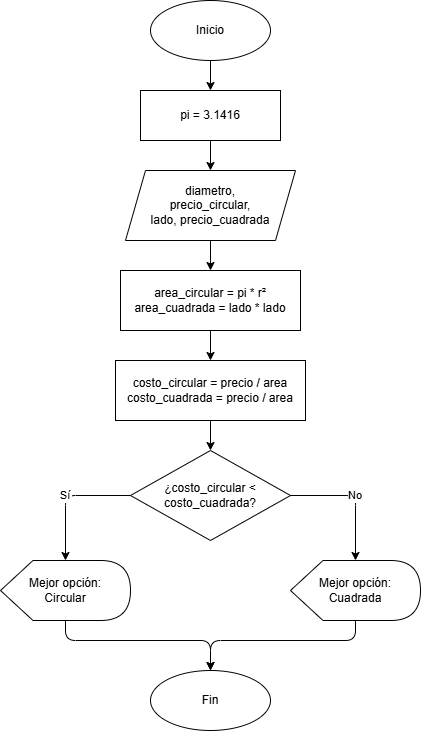
The draw.io diagram chapter5/dfd/dfd5.12.10_4.png in UPclopezpAalgorithmsBook/solutions, before a commit. Source tidied: cells renumbered, new cells last; positions are measured from the earlier drawing's top-left corner, leaving out a move shared by most shapes. The source it was exported from:
```xml
<mxGraphModel>
  <root>
    <mxCell id="0" />
    <mxCell id="1" parent="0" />
    <mxCell id="2" parent="1" edge="1" source="x">
      <mxGeometry relative="1" as="geometry">
        <mxPoint x="150" y="440" as="targetPoint" />
        <Array as="points">
          <mxPoint x="90" y="550" />
          <mxPoint x="90" y="440" />
        </Array>
      </mxGeometry>
    </mxCell>
    <mxCell id="3" value="Inicio" style="ellipse;whiteSpace=wrap;html=1;" parent="1" vertex="1">
      <mxGeometry x="150" width="120" height="60" as="geometry" />
    </mxCell>
    <mxCell id="4" value="pi = 3.1416" style="rounded=0;whiteSpace=wrap;html=1;" parent="1" vertex="1">
      <mxGeometry x="140" y="90" width="140" height="50" as="geometry" />
    </mxCell>
    <mxCell id="5" value="diametro,&lt;br&gt;precio_circular,&lt;br&gt;lado, precio_cuadrada" style="shape=parallelogram;perimeter=parallelogramPerimeter;whiteSpace=wrap;html=1;fixedSize=1;" parent="1" vertex="1">
      <mxGeometry x="125" y="170" width="170" height="70" as="geometry" />
    </mxCell>
    <mxCell id="6" value="area_circular = pi * r²&lt;br&gt;area_cuadrada = lado * lado" style="rounded=0;whiteSpace=wrap;html=1;" parent="1" vertex="1">
      <mxGeometry x="120" y="270" width="180" height="60" as="geometry" />
    </mxCell>
    <mxCell id="7" value="costo_circular = precio / area&lt;br&gt;costo_cuadrada = precio / area" style="rounded=0;whiteSpace=wrap;html=1;" parent="1" vertex="1">
      <mxGeometry x="115" y="360" width="190" height="60" as="geometry" />
    </mxCell>
    <mxCell id="8" value="¿costo_circular &lt;&lt;br&gt;costo_cuadrada?" style="rhombus;whiteSpace=wrap;html=1;" parent="1" vertex="1">
      <mxGeometry x="130" y="450" width="160" height="90" as="geometry" />
    </mxCell>
    <mxCell id="9" value="Mejor opción:&lt;br&gt;Circular" style="shape=display;whiteSpace=wrap;html=1;" parent="1" vertex="1">
      <mxGeometry y="560" width="130" height="60" as="geometry" />
    </mxCell>
    <mxCell id="10" value="Mejor opción:&lt;br&gt;Cuadrada" style="shape=display;whiteSpace=wrap;html=1;" parent="1" vertex="1">
      <mxGeometry x="290" y="560" width="130" height="60" as="geometry" />
    </mxCell>
    <mxCell id="11" value="Fin" style="ellipse;whiteSpace=wrap;html=1;" parent="1" vertex="1">
      <mxGeometry x="150" y="670" width="120" height="60" as="geometry" />
    </mxCell>
    <mxCell id="12" parent="1" edge="1" source="3" target="4">
      <mxGeometry relative="1" as="geometry" />
    </mxCell>
    <mxCell id="13" parent="1" edge="1" source="4" target="5">
      <mxGeometry relative="1" as="geometry" />
    </mxCell>
    <mxCell id="14" parent="1" edge="1" source="5" target="6">
      <mxGeometry relative="1" as="geometry" />
    </mxCell>
    <mxCell id="15" parent="1" edge="1" source="6" target="7">
      <mxGeometry relative="1" as="geometry" />
    </mxCell>
    <mxCell id="16" parent="1" edge="1" source="7" target="8">
      <mxGeometry relative="1" as="geometry" />
    </mxCell>
    <mxCell id="17" value="Sí" parent="1" edge="1" source="8" target="9">
      <mxGeometry relative="1" as="geometry">
        <Array as="points">
          <mxPoint x="65" y="495" />
        </Array>
      </mxGeometry>
    </mxCell>
    <mxCell id="18" value="No" parent="1" edge="1" source="8" target="10">
      <mxGeometry relative="1" as="geometry">
        <Array as="points">
          <mxPoint x="355" y="495" />
        </Array>
      </mxGeometry>
    </mxCell>
    <mxCell id="19" parent="1" edge="1" source="9" target="11">
      <mxGeometry relative="1" as="geometry">
        <Array as="points">
          <mxPoint x="65" y="640" />
          <mxPoint x="210" y="640" />
        </Array>
      </mxGeometry>
    </mxCell>
    <mxCell id="20" parent="1" edge="1" source="10" target="11">
      <mxGeometry relative="1" as="geometry">
        <Array as="points">
          <mxPoint x="355" y="640" />
          <mxPoint x="210" y="640" />
        </Array>
      </mxGeometry>
    </mxCell>
  </root>
</mxGraphModel>
```
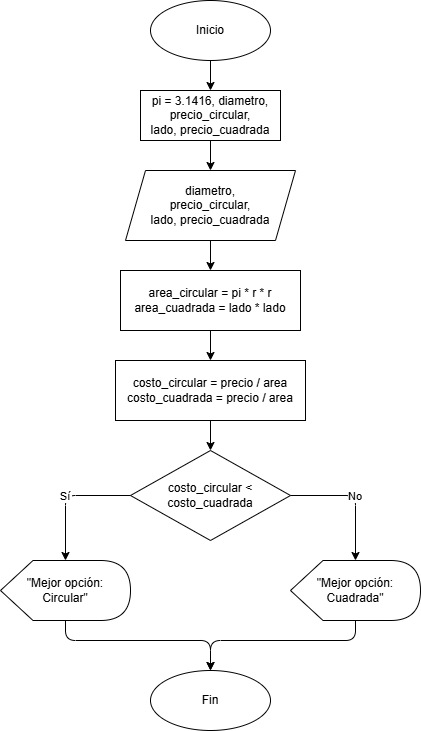
The same file after the commit.

The edit, as a diff of the source:
```diff
@@ -2,7 +2,7 @@
   <root>
     <mxCell id="0" />
     <mxCell id="1" parent="0" />
-    <mxCell id="2" parent="1" edge="1" source="x">
+    <mxCell id="2" parent="1" edge="1">
       <mxGeometry relative="1" as="geometry">
         <mxPoint x="150" y="440" as="targetPoint" />
         <Array as="points">
@@ -11,77 +11,86 @@
         </Array>
       </mxGeometry>
     </mxCell>
+    <mxCell id="21" style="endArrow=classic;html=1;exitX=0;exitY=0.5;exitDx=0;exitDy=0;entryX=0;entryY=0.5;entryDx=0;entryDy=0;" parent="1" edge="1">
+      <mxGeometry relative="1" as="geometry">
+        <mxPoint x="150" y="260" as="targetPoint" />
+        <Array as="points">
+          <mxPoint x="90" y="500" />
+          <mxPoint x="90" y="260" />
+        </Array>
+      </mxGeometry>
+    </mxCell>
     <mxCell id="3" value="Inicio" style="ellipse;whiteSpace=wrap;html=1;" parent="1" vertex="1">
       <mxGeometry x="150" width="120" height="60" as="geometry" />
     </mxCell>
-    <mxCell id="4" value="pi = 3.1416" style="rounded=0;whiteSpace=wrap;html=1;" parent="1" vertex="1">
-      <mxGeometry x="140" y="90" width="140" height="50" as="geometry" />
-    </mxCell>
+    <mxCell id="22" value="pi = 3.1416, diametro,&lt;br&gt;precio_circular,&lt;br&gt;lado, precio_cuadrada" style="rounded=0;whiteSpace=wrap;html=1;" parent="1" vertex="1">
+      <mxGeometry x="140" y="90" width="140" height="50" as="geometry" />
+    </mxCell>
     <mxCell id="5" value="diametro,&lt;br&gt;precio_circular,&lt;br&gt;lado, precio_cuadrada" style="shape=parallelogram;perimeter=parallelogramPerimeter;whiteSpace=wrap;html=1;fixedSize=1;" parent="1" vertex="1">
       <mxGeometry x="125" y="170" width="170" height="70" as="geometry" />
     </mxCell>
-    <mxCell id="6" value="area_circular = pi * r²&lt;br&gt;area_cuadrada = lado * lado" style="rounded=0;whiteSpace=wrap;html=1;" parent="1" vertex="1">
-      <mxGeometry x="120" y="270" width="180" height="60" as="geometry" />
-    </mxCell>
+    <mxCell id="23" value="area_circular = pi * r * r&lt;br&gt;area_cuadrada = lado * lado" style="rounded=0;whiteSpace=wrap;html=1;" parent="1" vertex="1">
+      <mxGeometry x="120" y="270" width="180" height="60" as="geometry" />
+    </mxCell>
     <mxCell id="7" value="costo_circular = precio / area&lt;br&gt;costo_cuadrada = precio / area" style="rounded=0;whiteSpace=wrap;html=1;" parent="1" vertex="1">
       <mxGeometry x="115" y="360" width="190" height="60" as="geometry" />
     </mxCell>
-    <mxCell id="8" value="¿costo_circular &lt;&lt;br&gt;costo_cuadrada?" style="rhombus;whiteSpace=wrap;html=1;" parent="1" vertex="1">
-      <mxGeometry x="130" y="450" width="160" height="90" as="geometry" />
-    </mxCell>
-    <mxCell id="9" value="Mejor opción:&lt;br&gt;Circular" style="shape=display;whiteSpace=wrap;html=1;" parent="1" vertex="1">
-      <mxGeometry y="560" width="130" height="60" as="geometry" />
-    </mxCell>
-    <mxCell id="10" value="Mejor opción:&lt;br&gt;Cuadrada" style="shape=display;whiteSpace=wrap;html=1;" parent="1" vertex="1">
-      <mxGeometry x="290" y="560" width="130" height="60" as="geometry" />
-    </mxCell>
+    <mxCell id="24" value="costo_circular &amp;lt;&lt;br&gt;costo_cuadrada" style="rhombus;whiteSpace=wrap;html=1;" parent="1" vertex="1">
+      <mxGeometry x="130" y="450" width="160" height="90" as="geometry" />
+    </mxCell>
+    <mxCell id="25" value="&quot;Mejor opción:&lt;br&gt;Circular&quot;" style="shape=display;whiteSpace=wrap;html=1;" parent="1" vertex="1">
+      <mxGeometry y="560" width="130" height="60" as="geometry" />
+    </mxCell>
+    <mxCell id="26" value="&quot;Mejor opción:&lt;br&gt;Cuadrada&quot;" style="shape=display;whiteSpace=wrap;html=1;" parent="1" vertex="1">
+      <mxGeometry x="290" y="560" width="130" height="60" as="geometry" />
+    </mxCell>
     <mxCell id="11" value="Fin" style="ellipse;whiteSpace=wrap;html=1;" parent="1" vertex="1">
       <mxGeometry x="150" y="670" width="120" height="60" as="geometry" />
     </mxCell>
-    <mxCell id="12" parent="1" edge="1" source="3" target="4">
-      <mxGeometry relative="1" as="geometry" />
-    </mxCell>
-    <mxCell id="13" parent="1" edge="1" source="4" target="5">
-      <mxGeometry relative="1" as="geometry" />
-    </mxCell>
-    <mxCell id="14" parent="1" edge="1" source="5" target="6">
-      <mxGeometry relative="1" as="geometry" />
-    </mxCell>
-    <mxCell id="15" parent="1" edge="1" source="6" target="7">
-      <mxGeometry relative="1" as="geometry" />
-    </mxCell>
-    <mxCell id="16" parent="1" edge="1" source="7" target="8">
-      <mxGeometry relative="1" as="geometry" />
-    </mxCell>
+    <mxCell id="27" parent="1" edge="1" source="3" target="22">
+      <mxGeometry relative="1" as="geometry" />
+    </mxCell>
+    <mxCell id="28" parent="1" edge="1" source="22" target="5">
+      <mxGeometry relative="1" as="geometry" />
+    </mxCell>
+    <mxCell id="29" parent="1" edge="1" source="5" target="23">
+      <mxGeometry relative="1" as="geometry" />
+    </mxCell>
+    <mxCell id="30" parent="1" edge="1" source="23" target="7">
+      <mxGeometry relative="1" as="geometry" />
+    </mxCell>
+    <mxCell id="31" parent="1" edge="1" source="7" target="24">
+      <mxGeometry relative="1" as="geometry" />
+    </mxCell>
-    <mxCell id="17" value="Sí" parent="1" edge="1" source="8" target="9">
+    <mxCell id="17" value="Sí" parent="1" edge="1" source="24" target="25">
       <mxGeometry relative="1" as="geometry">
         <Array as="points">
           <mxPoint x="65" y="495" />
         </Array>
       </mxGeometry>
     </mxCell>
-    <mxCell id="18" value="No" parent="1" edge="1" source="8" target="10">
+    <mxCell id="18" value="No" parent="1" edge="1" source="24" target="26">
       <mxGeometry relative="1" as="geometry">
         <Array as="points">
           <mxPoint x="355" y="495" />
         </Array>
       </mxGeometry>
     </mxCell>
-    <mxCell id="19" parent="1" edge="1" source="9" target="11">
-      <mxGeometry relative="1" as="geometry">
-        <Array as="points">
-          <mxPoint x="65" y="640" />
-          <mxPoint x="210" y="640" />
-        </Array>
-      </mxGeometry>
-    </mxCell>
-    <mxCell id="20" parent="1" edge="1" source="10" target="11">
-      <mxGeometry relative="1" as="geometry">
-        <Array as="points">
-          <mxPoint x="355" y="640" />
-          <mxPoint x="210" y="640" />
-        </Array>
-      </mxGeometry>
-    </mxCell>
+    <mxCell id="32" parent="1" edge="1" source="25" target="11">
+      <mxGeometry relative="1" as="geometry">
+        <Array as="points">
+          <mxPoint x="65" y="640" />
+          <mxPoint x="210" y="640" />
+        </Array>
+      </mxGeometry>
+    </mxCell>
+    <mxCell id="33" parent="1" edge="1" source="26" target="11">
+      <mxGeometry relative="1" as="geometry">
+        <Array as="points">
+          <mxPoint x="355" y="640" />
+          <mxPoint x="210" y="640" />
+        </Array>
+      </mxGeometry>
+    </mxCell>
   </root>
 </mxGraphModel>
```
